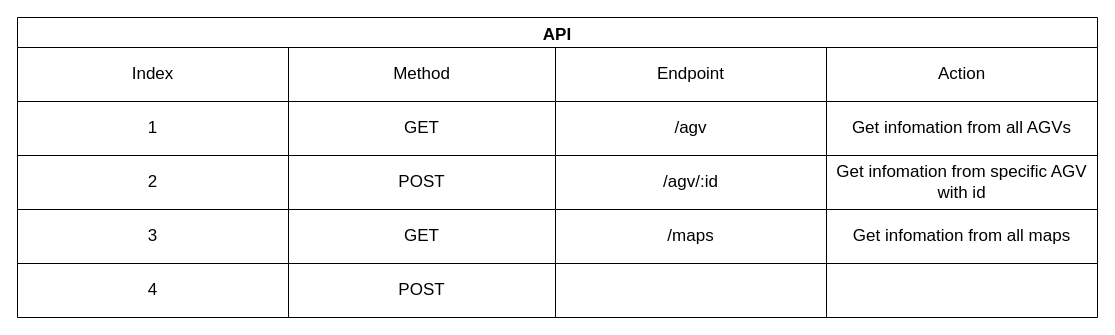
This is Software-Design/API.drawio from kirichain/AGV, a draw.io file, before an edit. Source tidied: cells renumbered, new cells numbered last; positions are measured from the earlier drawing's top-left corner, leaving out a move shared by most shapes. Both pictures are drawn from the tidied source at 100%, with x=0, y=0 at pixel (17, 17).
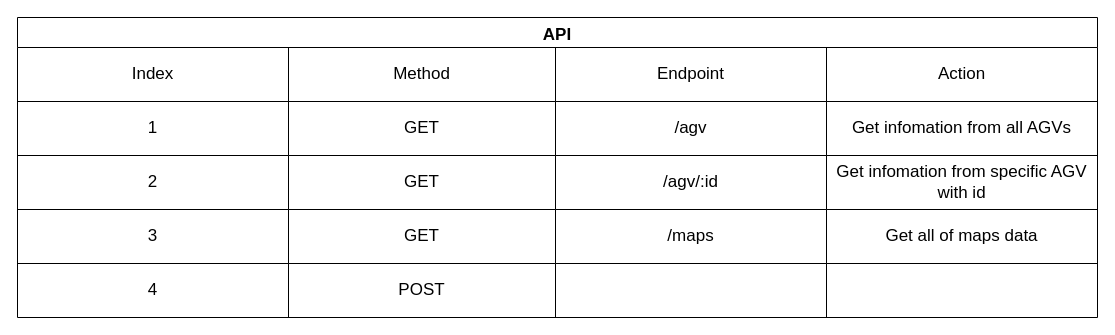
The same diagram, later.

Unchanged cells that the change refers to:
```xml
<mxCell id="13" style="shape=tableRow;horizontal=0;startSize=0;swimlaneHead=0;swimlaneBody=0;top=0;left=0;bottom=0;right=0;fillColor=none;fontSize=17;" parent="2" vertex="1">
  <mxGeometry y="138" width="1080" height="54" as="geometry" />
</mxCell>
<mxCell id="18" style="shape=tableRow;horizontal=0;startSize=0;swimlaneHead=0;swimlaneBody=0;top=0;left=0;bottom=0;right=0;fillColor=none;fontSize=17;" parent="2" vertex="1">
  <mxGeometry y="192" width="1080" height="54" as="geometry" />
</mxCell>
```

Change to the diagram source:
```diff
@@
-    <mxCell id="15" value="POST" style="shape=partialRectangle;html=1;whiteSpace=wrap;fillColor=none;top=0;left=0;bottom=0;right=0;overflow=hidden;fontSize=17;" parent="13" vertex="1">
+    <mxCell id="15" value="GET" style="shape=partialRectangle;html=1;whiteSpace=wrap;fillColor=none;top=0;left=0;bottom=0;right=0;overflow=hidden;fontSize=17;" parent="13" vertex="1">
       <mxGeometry x="271" width="267" height="54" as="geometry" />
     </mxCell>
@@
-    <mxCell id="22" value="Get infomation from all maps" style="shape=partialRectangle;html=1;whiteSpace=wrap;fillColor=none;top=0;left=0;bottom=0;right=0;overflow=hidden;fontSize=17;" parent="18" vertex="1">
+    <mxCell id="22" value="Get all of maps data" style="shape=partialRectangle;html=1;whiteSpace=wrap;fillColor=none;top=0;left=0;bottom=0;right=0;overflow=hidden;fontSize=17;" parent="18" vertex="1">
       <mxGeometry x="809" width="271" height="54" as="geometry" />
     </mxCell>
```
